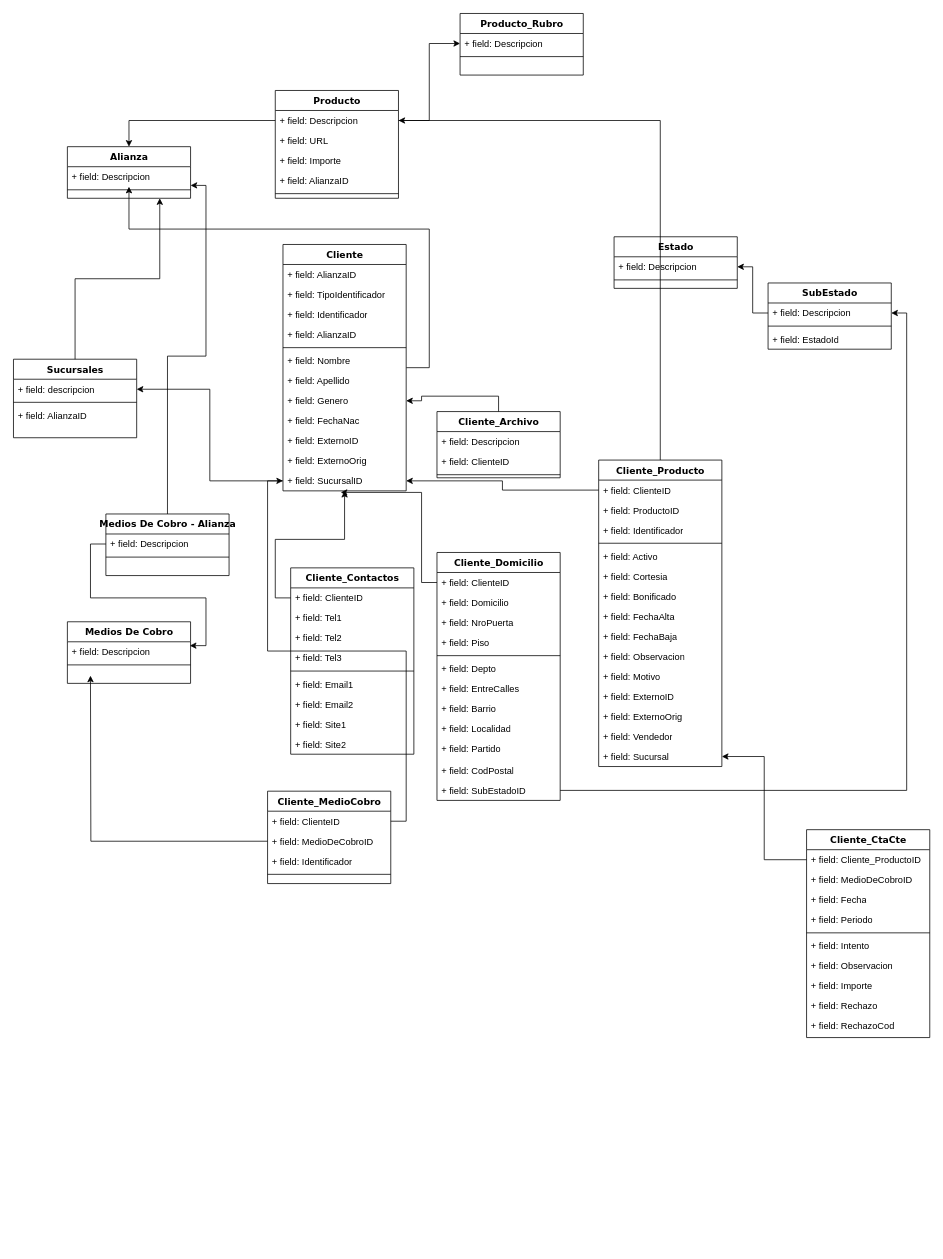
Earlier version of the draw.io diagram gag/Untitled Diagram.drawio (globalassistgroup/.github). Source tidied: cells renumbered, new cells numbered last; positions are measured from the earlier drawing's top-left corner, leaving out a move shared by most shapes. Both pictures are drawn from the tidied source at 77%, with x=0, y=0 at pixel (13, 13).
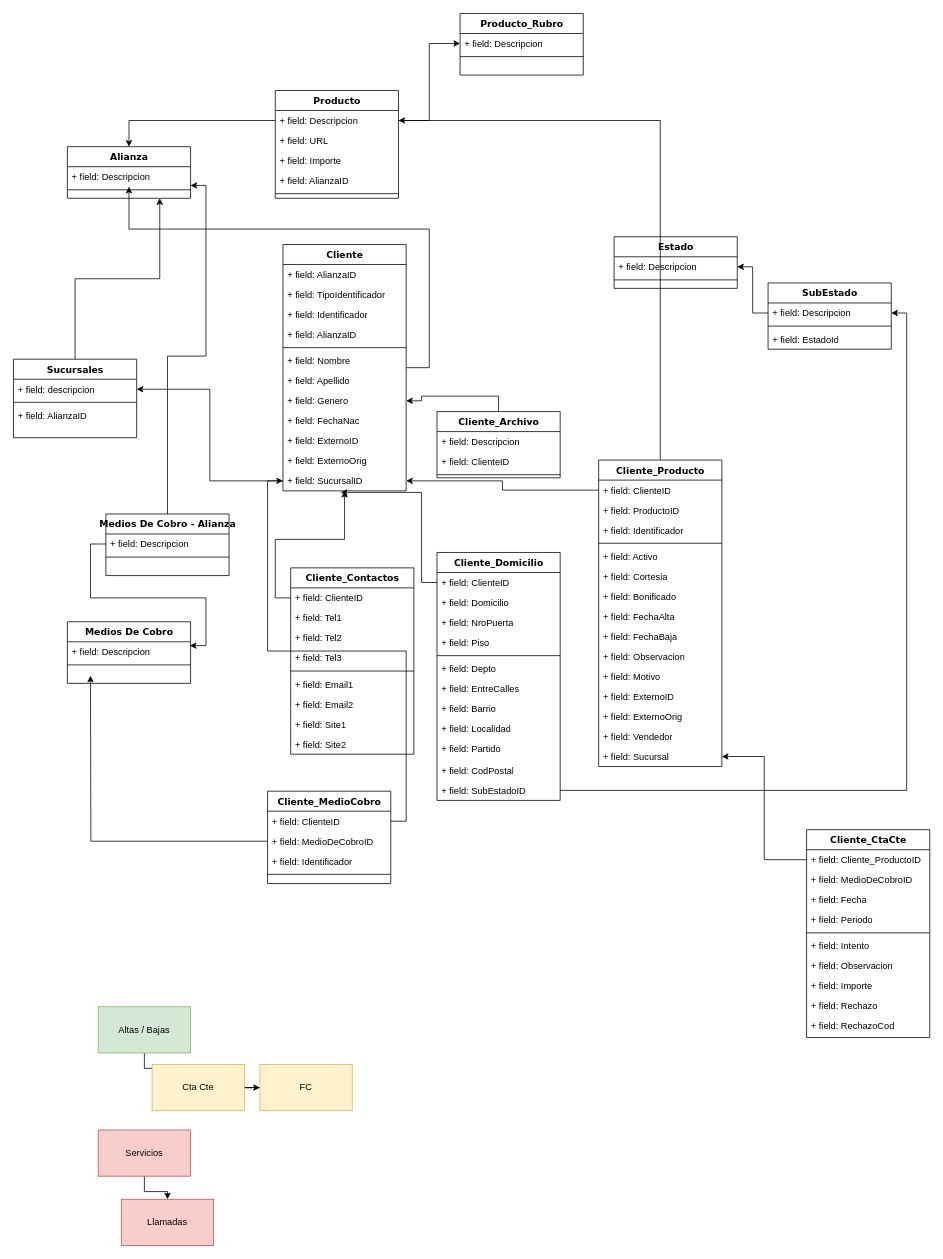
The same page after the edit.

Diff of the diagram source:
```diff
@@
+    <mxCell id="120" style="edgeStyle=orthogonalEdgeStyle;rounded=0;jettySize=auto;html=1;" parent="1" edge="1" source="121" target="123">
+      <mxGeometry relative="1" as="geometry" />
+    </mxCell>
+    <mxCell id="121" value="Altas / Bajas" style="rounded=0;whiteSpace=wrap;html=1;fillColor=#d5e8d4;strokeColor=#82b366;" parent="1" vertex="1">
+      <mxGeometry x="110" y="1290" width="120" height="60" as="geometry" />
+    </mxCell>
+    <mxCell id="122" style="edgeStyle=orthogonalEdgeStyle;rounded=0;jettySize=auto;html=1;" parent="1" edge="1" source="123" target="127">
+      <mxGeometry relative="1" as="geometry" />
+    </mxCell>
+    <mxCell id="123" value="Cta Cte" style="rounded=0;whiteSpace=wrap;html=1;fillColor=#fff2cc;strokeColor=#d6b656;" parent="1" vertex="1">
+      <mxGeometry x="180" y="1365" width="120" height="60" as="geometry" />
+    </mxCell>
+    <mxCell id="124" style="edgeStyle=orthogonalEdgeStyle;rounded=0;jettySize=auto;html=1;" parent="1" edge="1" source="125" target="126">
+      <mxGeometry relative="1" as="geometry" />
+    </mxCell>
+    <mxCell id="125" value="Servicios" style="rounded=0;whiteSpace=wrap;html=1;fillColor=#f8cecc;strokeColor=#b85450;" parent="1" vertex="1">
+      <mxGeometry x="110" y="1450" width="120" height="60" as="geometry" />
+    </mxCell>
+    <mxCell id="126" value="Llamadas" style="rounded=0;whiteSpace=wrap;html=1;fillColor=#f8cecc;strokeColor=#b85450;" parent="1" vertex="1">
+      <mxGeometry x="140" y="1540" width="120" height="60" as="geometry" />
+    </mxCell>
+    <mxCell id="127" value="FC" style="rounded=0;whiteSpace=wrap;html=1;fillColor=#fff2cc;strokeColor=#d6b656;" parent="1" vertex="1">
+      <mxGeometry x="320" y="1365" width="120" height="60" as="geometry" />
+    </mxCell>
```
